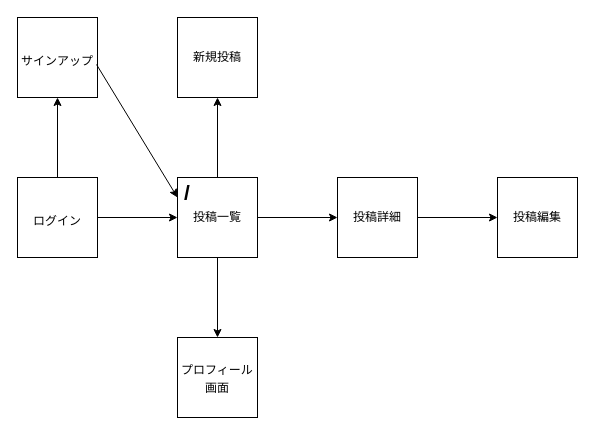
Earlier version of the draw.io diagram page "画面遷移" (1 of 2) of ゼミ_設計.drawio (m20187st/testApp). Source tidied: cells renumbered, new cells numbered last; positions are measured from the earlier drawing's top-left corner, leaving out a move shared by most shapes. Both pictures are drawn from the tidied source at 100%, with x=0, y=0 at pixel (17, 17).
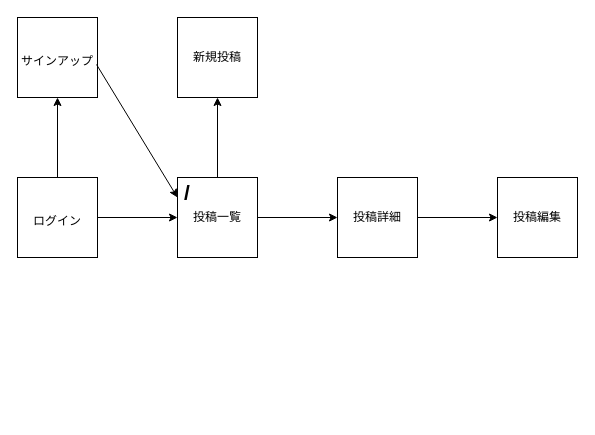
Above is the later version.

Diff of the diagram source:
```diff
@@
 <mxGraphModel>
   <root>
     <mxCell id="0" />
     <mxCell id="1" parent="0" />
     <mxCell id="2" value="投稿一覧" style="whiteSpace=wrap;html=1;" parent="1" vertex="1">
       <mxGeometry x="160" y="160" width="80" height="80" as="geometry" />
     </mxCell>
     <mxCell id="3" value="投稿詳細" style="whiteSpace=wrap;html=1;" parent="1" vertex="1">
       <mxGeometry x="320" y="160" width="80" height="80" as="geometry" />
     </mxCell>
     <mxCell id="4" value="&lt;b&gt;&lt;font style=&quot;font-size: 21px;&quot;&gt;/&lt;/font&gt;&lt;/b&gt;" style="text;html=1;strokeColor=none;fillColor=none;align=center;verticalAlign=middle;whiteSpace=wrap;rounded=0;" parent="1" vertex="1">
       <mxGeometry x="140" y="160" width="60" height="30" as="geometry" />
     </mxCell>
     <mxCell id="5" style="endArrow=classic;html=1;rounded=0;fontSize=21;exitX=1;exitY=0.5;exitDx=0;exitDy=0;entryX=0;entryY=0.5;entryDx=0;entryDy=0;" parent="1" edge="1" source="2" target="3">
       <mxGeometry relative="1" as="geometry" />
     </mxCell>
     <mxCell id="6" value="&lt;font style=&quot;font-size: 12px;&quot;&gt;ログイン&lt;/font&gt;" style="whiteSpace=wrap;html=1;fontSize=21;" parent="1" vertex="1">
       <mxGeometry y="160" width="80" height="80" as="geometry" />
     </mxCell>
     <mxCell id="7" value="&lt;span style=&quot;font-size: 12px;&quot;&gt;サインアップ&lt;/span&gt;" style="whiteSpace=wrap;html=1;fontSize=21;" parent="1" vertex="1">
       <mxGeometry width="80" height="80" as="geometry" />
     </mxCell>
     <mxCell id="8" style="endArrow=classic;html=1;rounded=0;fontSize=21;exitX=1;exitY=0.5;exitDx=0;exitDy=0;entryX=0;entryY=0.5;entryDx=0;entryDy=0;" parent="1" edge="1" source="6" target="2">
       <mxGeometry relative="1" as="geometry" />
     </mxCell>
     <mxCell id="9" style="endArrow=classic;html=1;rounded=0;fontSize=21;entryX=0.5;entryY=1;entryDx=0;entryDy=0;exitX=0.5;exitY=0;exitDx=0;exitDy=0;" parent="1" edge="1" source="6" target="7">
       <mxGeometry relative="1" as="geometry" />
     </mxCell>
     <mxCell id="10" style="endArrow=classic;html=1;rounded=0;fontSize=21;exitX=0.988;exitY=0.588;exitDx=0;exitDy=0;exitPerimeter=0;entryX=0;entryY=0.25;entryDx=0;entryDy=0;" parent="1" edge="1" source="7" target="2">
       <mxGeometry relative="1" as="geometry" />
     </mxCell>
     <mxCell id="11" value="投稿編集" style="whiteSpace=wrap;html=1;" parent="1" vertex="1">
       <mxGeometry x="480" y="160" width="80" height="80" as="geometry" />
     </mxCell>
     <mxCell id="12" value="新規投稿" style="whiteSpace=wrap;html=1;" parent="1" vertex="1">
       <mxGeometry x="160" width="80" height="80" as="geometry" />
     </mxCell>
     <mxCell id="13" style="endArrow=classic;startArrow=none;html=1;rounded=0;fontSize=12;exitX=0.5;exitY=0;exitDx=0;exitDy=0;startFill=0;" parent="1" edge="1" source="2">
       <mxGeometry relative="1" as="geometry">
         <mxPoint x="200" y="80" as="targetPoint" />
       </mxGeometry>
     </mxCell>
     <mxCell id="14" style="endArrow=classic;startArrow=none;html=1;rounded=0;fontSize=12;exitX=1;exitY=0.5;exitDx=0;exitDy=0;entryX=0;entryY=0.5;entryDx=0;entryDy=0;startFill=0;" parent="1" edge="1" source="3" target="11">
       <mxGeometry relative="1" as="geometry" />
     </mxCell>
-    <mxCell id="15" value="&lt;font style=&quot;font-size: 12px;&quot;&gt;プロフィール&lt;br&gt;画面&lt;br&gt;&lt;/font&gt;" style="whiteSpace=wrap;html=1;fontSize=15;" parent="1" vertex="1">
-      <mxGeometry x="160" y="320" width="80" height="80" as="geometry" />
-    </mxCell>
-    <mxCell id="16" style="endArrow=classic;startArrow=none;html=1;rounded=0;fontSize=12;startFill=0;entryX=0.5;entryY=0;entryDx=0;entryDy=0;exitX=0.5;exitY=1;exitDx=0;exitDy=0;" parent="1" edge="1" source="2" target="15">
-      <mxGeometry relative="1" as="geometry" />
-    </mxCell>
   </root>
 </mxGraphModel>
```
